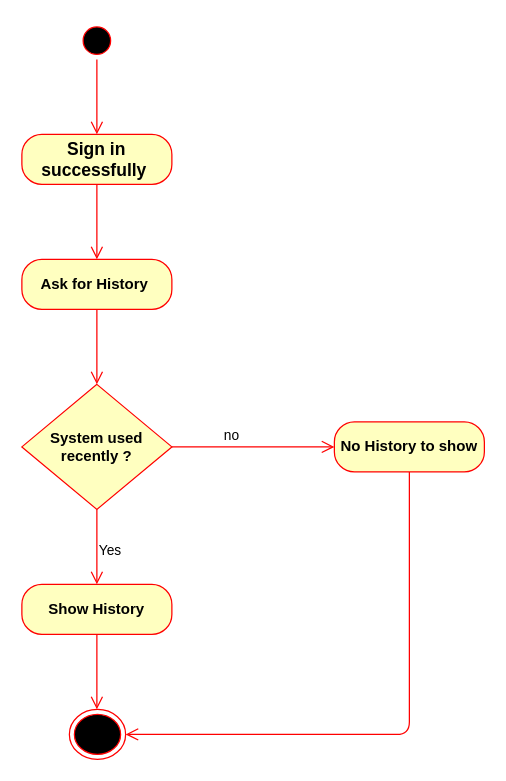
Earlier version of the draw.io diagram Tasks/Reham/Activity Diagram/9 Show History.drawio (romanyn36/Catch-The-AI). Source tidied: cells renumbered, new cells numbered last; positions are measured from the earlier drawing's top-left corner, leaving out a move shared by most shapes. Both pictures are drawn from the tidied source at 125%, with x=0, y=0 at pixel (21, 21).
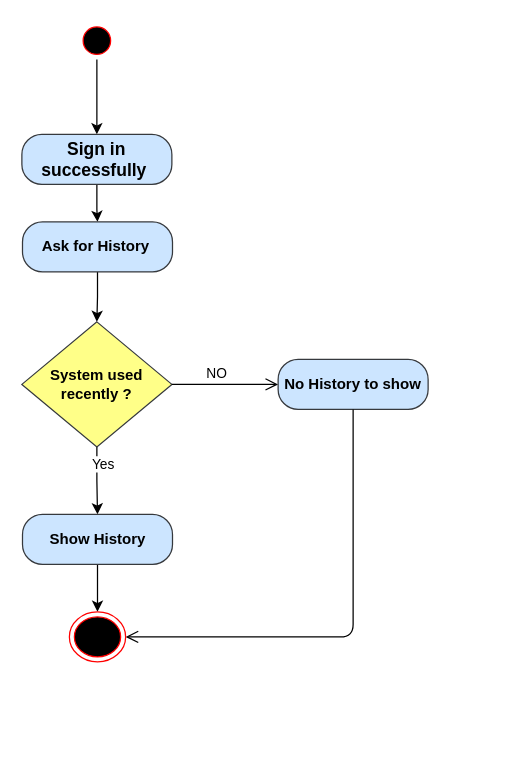
After the change.

The edit, as a diff of the source:
```diff
@@
 <mxGraphModel>
   <root>
     <mxCell id="0" />
     <mxCell id="1" parent="0" />
+    <mxCell id="17" style="edgeStyle=orthogonalEdgeStyle;rounded=0;jettySize=auto;html=1;" parent="1" edge="1" source="2" target="4">
+      <mxGeometry relative="1" as="geometry" />
+    </mxCell>
     <mxCell id="2" style="ellipse;html=1;shape=startState;fillColor=#000000;strokeColor=#ff0000;" parent="1" vertex="1">
       <mxGeometry x="45" width="30" height="30" as="geometry" />
     </mxCell>
-    <mxCell id="3" style="edgeStyle=orthogonalEdgeStyle;html=1;verticalAlign=bottom;endArrow=open;endSize=8;strokeColor=#ff0000;" parent="1" edge="1" source="2">
-      <mxGeometry relative="1" as="geometry">
-        <mxPoint x="60" y="90" as="targetPoint" />
-      </mxGeometry>
-    </mxCell>
+    <mxCell id="7" style="edgeStyle=orthogonalEdgeStyle;rounded=0;jettySize=auto;html=1;" parent="1" edge="1" source="4" target="5">
+      <mxGeometry relative="1" as="geometry" />
+    </mxCell>
-    <mxCell id="4" value="&lt;b&gt;&lt;font style=&quot;font-size: 14px&quot;&gt;Sign in successfully&amp;nbsp;&lt;/font&gt;&lt;/b&gt;" style="rounded=1;whiteSpace=wrap;html=1;arcSize=40;fontColor=#000000;fillColor=#ffffc0;strokeColor=#ff0000;" parent="1" vertex="1">
+    <mxCell id="4" value="&lt;b&gt;&lt;font style=&quot;font-size: 14px&quot;&gt;Sign in successfully&amp;nbsp;&lt;/font&gt;&lt;/b&gt;" style="rounded=1;whiteSpace=wrap;html=1;arcSize=40;fillColor=#cce5ff;strokeColor=#36393d;" parent="1" vertex="1">
       <mxGeometry y="90" width="120" height="40" as="geometry" />
     </mxCell>
+    <mxCell id="18" style="edgeStyle=orthogonalEdgeStyle;rounded=0;jettySize=auto;html=1;" parent="1" edge="1" source="5" target="9">
+      <mxGeometry relative="1" as="geometry" />
+    </mxCell>
-    <mxCell id="5" value="&lt;b&gt;Ask for History&amp;nbsp;&lt;/b&gt;" style="rounded=1;whiteSpace=wrap;html=1;arcSize=40;fontColor=#000000;fillColor=#ffffc0;strokeColor=#ff0000;" parent="1" vertex="1">
-      <mxGeometry y="190" width="120" height="40" as="geometry" />
+    <mxCell id="5" value="&lt;b&gt;Ask for History&amp;nbsp;&lt;/b&gt;" style="rounded=1;whiteSpace=wrap;html=1;arcSize=40;fillColor=#cce5ff;strokeColor=#36393d;" parent="1" vertex="1">
+      <mxGeometry x="0.5" y="160" width="120" height="40" as="geometry" />
     </mxCell>
-    <mxCell id="6" style="edgeStyle=orthogonalEdgeStyle;html=1;verticalAlign=bottom;endArrow=open;endSize=8;strokeColor=#ff0000;" parent="1" edge="1" source="5">
-      <mxGeometry relative="1" as="geometry">
-        <mxPoint x="60" y="290" as="targetPoint" />
-      </mxGeometry>
-    </mxCell>
-    <mxCell id="7" style="edgeStyle=orthogonalEdgeStyle;html=1;verticalAlign=bottom;endArrow=open;endSize=8;strokeColor=#ff0000;exitX=0.5;exitY=1;exitDx=0;exitDy=0;entryX=0.5;entryY=0;entryDx=0;entryDy=0;" parent="1" edge="1" source="4" target="5">
-      <mxGeometry relative="1" as="geometry" />
-    </mxCell>
-    <mxCell id="8" style="edgeStyle=orthogonalEdgeStyle;html=1;verticalAlign=bottom;endArrow=open;endSize=8;strokeColor=#ff0000;" parent="1" edge="1">
-      <mxGeometry relative="1" as="geometry">
-        <mxPoint x="60" y="330" as="sourcePoint" />
-        <mxPoint x="60" y="390" as="targetPoint" />
-      </mxGeometry>
-    </mxCell>
+    <mxCell id="19" style="edgeStyle=orthogonalEdgeStyle;rounded=0;jettySize=auto;html=1;" parent="1" edge="1" source="9" target="14">
+      <mxGeometry relative="1" as="geometry" />
+    </mxCell>
+    <mxCell id="11" value="Yes" style="edgeLabel;html=1;align=center;verticalAlign=middle;" parent="19" vertex="1">
+      <mxGeometry x="-0.52" y="4" relative="1" as="geometry" />
+    </mxCell>
-    <mxCell id="9" value="&lt;b&gt;System used recently ?&lt;/b&gt;" style="rhombus;whiteSpace=wrap;html=1;fillColor=#ffffc0;strokeColor=#ff0000;" parent="1" vertex="1">
-      <mxGeometry y="290" width="120" height="100" as="geometry" />
+    <mxCell id="9" value="&lt;b&gt;System used recently ?&lt;/b&gt;" style="rhombus;whiteSpace=wrap;html=1;fillColor=#ffff88;strokeColor=#36393d;" parent="1" vertex="1">
+      <mxGeometry y="240" width="120" height="100" as="geometry" />
     </mxCell>
-    <mxCell id="10" value="no" style="edgeStyle=orthogonalEdgeStyle;html=1;align=left;verticalAlign=bottom;endArrow=open;endSize=8;strokeColor=#ff0000;entryX=0;entryY=0.5;entryDx=0;entryDy=0;" parent="1" edge="1" source="9" target="12">
+    <mxCell id="10" value="NO" style="edgeStyle=orthogonalEdgeStyle;html=1;align=left;verticalAlign=bottom;endArrow=open;endSize=8;strokeColor=#000000;entryX=0;entryY=0.5;entryDx=0;entryDy=0;" parent="1" edge="1" source="9" target="12">
       <mxGeometry x="-0.38" relative="1" as="geometry" />
     </mxCell>
-    <mxCell id="11" value="Yes" style="edgeStyle=orthogonalEdgeStyle;html=1;align=left;verticalAlign=top;endArrow=open;endSize=8;strokeColor=#ff0000;entryX=0.5;entryY=0;entryDx=0;entryDy=0;" parent="1" edge="1" source="9" target="14">
-      <mxGeometry x="-0.33" relative="1" as="geometry" />
-    </mxCell>
-    <mxCell id="12" value="&lt;b&gt;No History to show&lt;/b&gt;" style="rounded=1;whiteSpace=wrap;html=1;arcSize=40;fontColor=#000000;fillColor=#ffffc0;strokeColor=#ff0000;" parent="1" vertex="1">
-      <mxGeometry x="250" y="320" width="120" height="40" as="geometry" />
+    <mxCell id="12" value="&lt;b&gt;No History to show&lt;/b&gt;" style="rounded=1;whiteSpace=wrap;html=1;arcSize=40;fillColor=#cce5ff;strokeColor=#36393d;" parent="1" vertex="1">
+      <mxGeometry x="205" y="270" width="120" height="40" as="geometry" />
     </mxCell>
-    <mxCell id="13" style="edgeStyle=orthogonalEdgeStyle;html=1;verticalAlign=bottom;endArrow=open;endSize=8;strokeColor=#ff0000;entryX=1;entryY=0.5;entryDx=0;entryDy=0;exitX=0.5;exitY=1;exitDx=0;exitDy=0;" parent="1" edge="1" source="12" target="16">
+    <mxCell id="13" style="edgeStyle=orthogonalEdgeStyle;html=1;verticalAlign=bottom;endArrow=open;endSize=8;strokeColor=#000000;entryX=1;entryY=0.5;entryDx=0;entryDy=0;exitX=0.5;exitY=1;exitDx=0;exitDy=0;" parent="1" edge="1" source="12" target="16">
       <mxGeometry relative="1" as="geometry" />
     </mxCell>
+    <mxCell id="20" style="edgeStyle=orthogonalEdgeStyle;rounded=0;jettySize=auto;html=1;" parent="1" edge="1" source="14" target="16">
+      <mxGeometry relative="1" as="geometry" />
+    </mxCell>
-    <mxCell id="14" value="&lt;b&gt;Show History&lt;/b&gt;" style="rounded=1;whiteSpace=wrap;html=1;arcSize=40;fontColor=#000000;fillColor=#ffffc0;strokeColor=#ff0000;" parent="1" vertex="1">
-      <mxGeometry y="450" width="120" height="40" as="geometry" />
+    <mxCell id="14" value="&lt;b&gt;Show History&lt;/b&gt;" style="rounded=1;whiteSpace=wrap;html=1;arcSize=40;fillColor=#cce5ff;strokeColor=#36393d;" parent="1" vertex="1">
+      <mxGeometry x="0.5" y="394" width="120" height="40" as="geometry" />
     </mxCell>
-    <mxCell id="15" style="edgeStyle=orthogonalEdgeStyle;html=1;verticalAlign=bottom;endArrow=open;endSize=8;strokeColor=#ff0000;" parent="1" edge="1" source="14">
-      <mxGeometry relative="1" as="geometry">
-        <mxPoint x="60" y="550" as="targetPoint" />
-      </mxGeometry>
-    </mxCell>
     <mxCell id="16" style="ellipse;html=1;shape=endState;fillColor=#000000;strokeColor=#ff0000;" parent="1" vertex="1">
-      <mxGeometry x="38" y="550" width="45" height="40" as="geometry" />
+      <mxGeometry x="38" y="472" width="45" height="40" as="geometry" />
     </mxCell>
   </root>
 </mxGraphModel>
```
